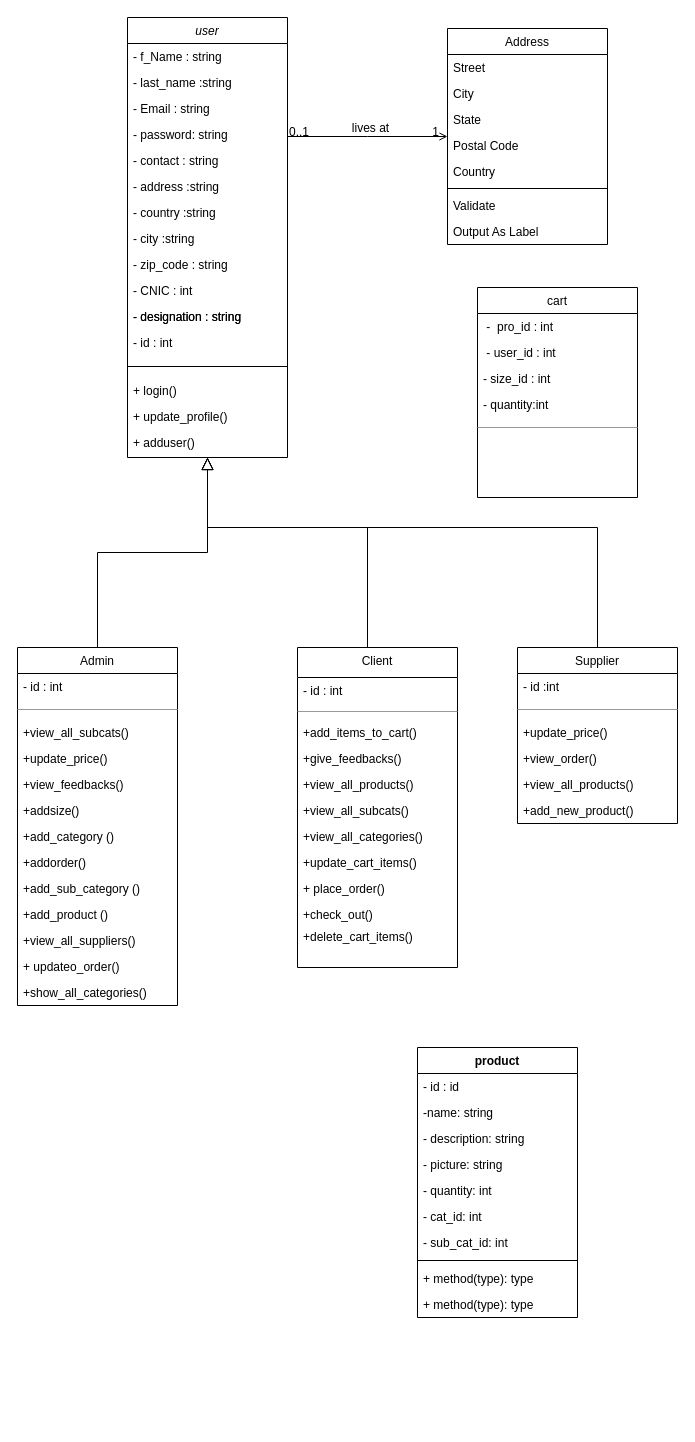
This is Untitled Diagram.drawio from anamnrani786/30-Days-Of-Python, a draw.io file, before an edit. Source tidied: cells renumbered, new cells numbered last; positions are measured from the earlier drawing's top-left corner, leaving out a move shared by most shapes. Both pictures are drawn from the tidied source at 100%, with x=0, y=0 at pixel (17, 17).
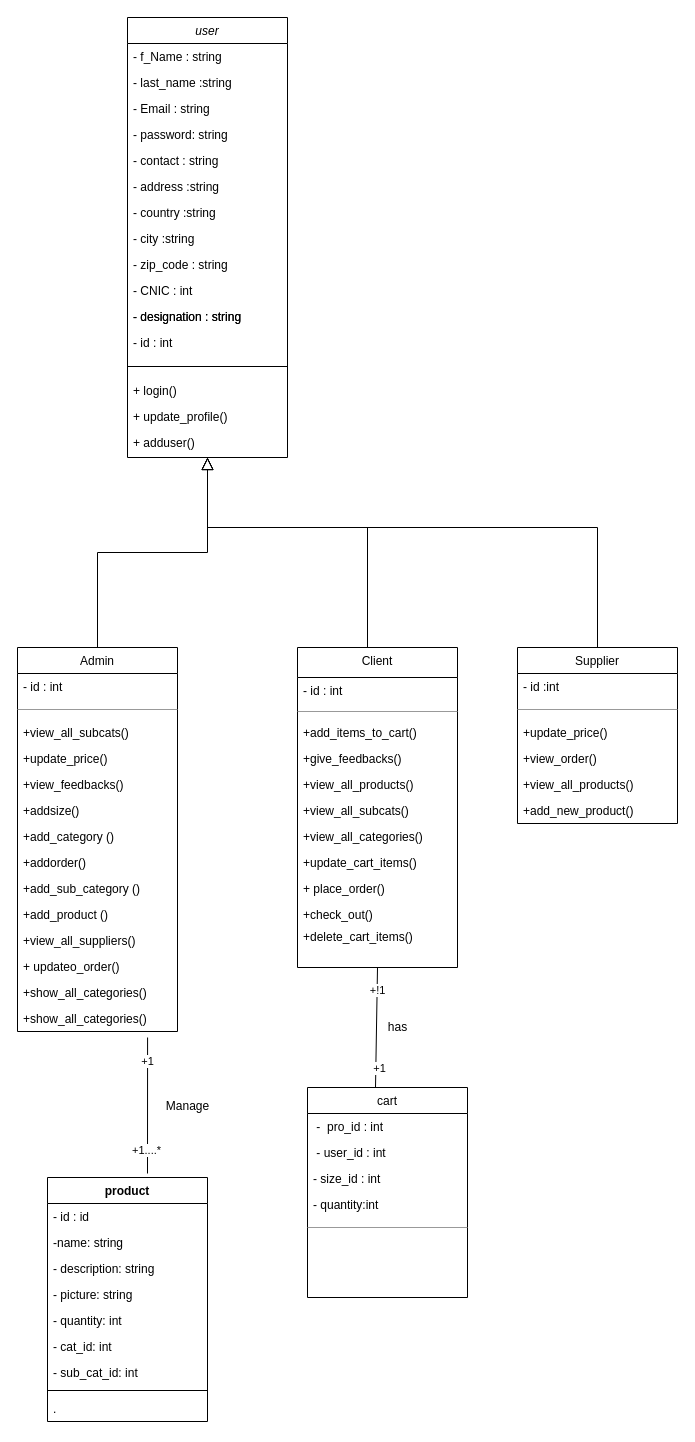
Above is the later version.

Unchanged cells that the change refers to:
```xml
<mxCell id="2" value="user" style="swimlane;fontStyle=2;align=center;verticalAlign=top;horizontal=1;startSize=26;rounded=0;shadow=0;strokeWidth=1;" parent="1" vertex="1">
  <mxGeometry x="110" width="160" height="440" as="geometry" />
</mxCell>
<mxCell id="61" value="Client" style="swimlane;fontStyle=0;align=center;verticalAlign=top;horizontal=1;startSize=30;rounded=0;shadow=0;strokeWidth=1;" parent="1" vertex="1">
  <mxGeometry x="280" y="630" width="160" height="320" as="geometry" />
</mxCell>
```

The edit, as a diff of the source:
```diff
@@
     <mxCell id="19" value="Admin" style="swimlane;fontStyle=0;align=center;verticalAlign=top;horizontal=1;startSize=26;rounded=0;shadow=0;strokeWidth=1;" parent="1" vertex="1">
-      <mxGeometry y="630" width="160" height="358" as="geometry" />
+      <mxGeometry y="630" width="160" height="384" as="geometry" />
     </mxCell>
@@
+    <mxCell id="86" value="+show_all_categories()" style="text;align=left;verticalAlign=top;spacingLeft=4;spacingRight=4;overflow=hidden;points=[[0,0.5],[1,0.5]];portConstraint=eastwest;" parent="19" vertex="1">
+      <mxGeometry y="358" width="160" height="26" as="geometry" />
+    </mxCell>
@@
-    <mxCell id="42" value="Address" style="swimlane;fontStyle=0;align=center;verticalAlign=top;horizontal=1;startSize=26;rounded=0;shadow=0;strokeWidth=1;" parent="1" vertex="1">
-      <mxGeometry x="430" y="11" width="160" height="216" as="geometry" />
-    </mxCell>
-    <mxCell id="43" value="Street" style="text;align=left;verticalAlign=top;spacingLeft=4;spacingRight=4;overflow=hidden;" parent="42" vertex="1">
-      <mxGeometry y="26" width="160" height="26" as="geometry" />
-    </mxCell>
-    <mxCell id="44" value="City" style="text;align=left;verticalAlign=top;spacingLeft=4;spacingRight=4;overflow=hidden;rounded=0;shadow=0;html=0;" parent="42" vertex="1">
-      <mxGeometry y="52" width="160" height="26" as="geometry" />
-    </mxCell>
-    <mxCell id="45" value="State" style="text;align=left;verticalAlign=top;spacingLeft=4;spacingRight=4;overflow=hidden;rounded=0;shadow=0;html=0;" parent="42" vertex="1">
-      <mxGeometry y="78" width="160" height="26" as="geometry" />
-    </mxCell>
-    <mxCell id="46" value="Postal Code" style="text;align=left;verticalAlign=top;spacingLeft=4;spacingRight=4;overflow=hidden;rounded=0;shadow=0;html=0;" parent="42" vertex="1">
-      <mxGeometry y="104" width="160" height="26" as="geometry" />
-    </mxCell>
-    <mxCell id="47" value="Country" style="text;align=left;verticalAlign=top;spacingLeft=4;spacingRight=4;overflow=hidden;rounded=0;shadow=0;html=0;" parent="42" vertex="1">
-      <mxGeometry y="130" width="160" height="26" as="geometry" />
-    </mxCell>
-    <mxCell id="48" style="line;html=1;strokeWidth=1;align=left;verticalAlign=middle;spacingTop=-1;spacingLeft=3;spacingRight=3;labelPosition=right;" parent="42" vertex="1">
-      <mxGeometry y="156" width="160" height="8" as="geometry" />
-    </mxCell>
-    <mxCell id="49" value="Validate" style="text;align=left;verticalAlign=top;spacingLeft=4;spacingRight=4;overflow=hidden;" parent="42" vertex="1">
-      <mxGeometry y="164" width="160" height="26" as="geometry" />
-    </mxCell>
-    <mxCell id="50" value="Output As Label" style="text;align=left;verticalAlign=top;spacingLeft=4;spacingRight=4;overflow=hidden;" parent="42" vertex="1">
-      <mxGeometry y="190" width="160" height="26" as="geometry" />
-    </mxCell>
-    <mxCell id="51" style="endArrow=open;shadow=0;strokeWidth=1;rounded=0;endFill=1;edgeStyle=elbowEdgeStyle;elbow=vertical;" parent="1" edge="1" source="2" target="42">
-      <mxGeometry x="0.5" y="41" relative="1" as="geometry">
-        <mxPoint x="-40" y="32" as="offset" />
-      </mxGeometry>
-    </mxCell>
-    <mxCell id="52" value="0..1" style="align=left;verticalAlign=bottom;labelBackgroundColor=none;fontSize=12;" parent="51" vertex="1">
-      <mxGeometry x="-1" relative="1" as="geometry">
-        <mxPoint y="4" as="offset" />
-      </mxGeometry>
-    </mxCell>
-    <mxCell id="53" value="1" style="align=right;verticalAlign=bottom;labelBackgroundColor=none;fontSize=12;" parent="51" vertex="1">
-      <mxGeometry x="1" relative="1" as="geometry">
-        <mxPoint x="-7" y="4" as="offset" />
-      </mxGeometry>
-    </mxCell>
-    <mxCell id="54" value="lives at" style="text;html=1;align=center;verticalAlign=middle;labelBackgroundColor=none;rounded=0;shadow=0;strokeWidth=1;fontSize=12;" parent="51" vertex="1">
-      <mxGeometry x="0.5" y="49" relative="1" as="geometry">
-        <mxPoint x="-38" y="40" as="offset" />
-      </mxGeometry>
-    </mxCell>
     <mxCell id="55" value="cart" style="swimlane;fontStyle=0;align=center;verticalAlign=top;horizontal=1;startSize=26;rounded=0;shadow=0;strokeWidth=1;" parent="1" vertex="1">
-      <mxGeometry x="460" y="270" width="160" height="210" as="geometry" />
+      <mxGeometry x="290" y="1070" width="160" height="210" as="geometry" />
     </mxCell>
@@
     <mxCell id="75" value="product" style="swimlane;fontStyle=1;align=center;verticalAlign=top;horizontal=1;startSize=26;" parent="1" vertex="1">
-      <mxGeometry x="400" y="1030" width="160" height="270" as="geometry" />
+      <mxGeometry x="30" y="1160" width="160" height="244" as="geometry" />
     </mxCell>
@@
-    <mxCell id="84" value="+ method(type): type" style="text;strokeColor=none;fillColor=none;align=left;verticalAlign=top;spacingLeft=4;spacingRight=4;overflow=hidden;" parent="75" vertex="1">
-      <mxGeometry y="218" width="160" height="26" as="geometry" />
-    </mxCell>
-    <mxCell id="85" value="+ method(type): type" style="text;strokeColor=none;fillColor=none;align=left;verticalAlign=top;spacingLeft=4;spacingRight=4;overflow=hidden;" parent="75" vertex="1">
-      <mxGeometry y="244" width="160" height="26" as="geometry" />
+    <mxCell id="85" value="." style="text;strokeColor=none;fillColor=none;align=left;verticalAlign=top;spacingLeft=4;spacingRight=4;overflow=hidden;" parent="75" vertex="1">
+      <mxGeometry y="218" width="160" height="26" as="geometry" />
     </mxCell>
+    <mxCell id="87" style="endArrow=none;html=1;exitX=0.813;exitY=1.231;exitDx=0;exitDy=0;exitPerimeter=0;" parent="1" edge="1" source="86">
+      <mxGeometry relative="1" as="geometry">
+        <mxPoint x="130" y="1156" as="targetPoint" />
+      </mxGeometry>
+    </mxCell>
+    <mxCell id="88" value="+1" style="edgeLabel;html=1;align=center;verticalAlign=middle;" parent="87" vertex="1">
+      <mxGeometry x="-0.66" y="-1" relative="1" as="geometry" />
+    </mxCell>
+    <mxCell id="89" value="+1....*" style="edgeLabel;html=1;align=center;verticalAlign=middle;" parent="87" vertex="1">
+      <mxGeometry x="0.65" y="-2" relative="1" as="geometry" />
+    </mxCell>
+    <mxCell id="90" value="Manage" style="text;html=1;align=center;verticalAlign=middle;strokeColor=none;" parent="1" vertex="1">
+      <mxGeometry x="140" y="1079" width="60" height="20" as="geometry" />
+    </mxCell>
+    <mxCell id="91" style="endArrow=none;html=1;exitX=0.425;exitY=0;exitDx=0;exitDy=0;exitPerimeter=0;entryX=0.5;entryY=1;entryDx=0;entryDy=0;" parent="1" edge="1" source="55" target="61">
+      <mxGeometry relative="1" as="geometry" />
+    </mxCell>
+    <mxCell id="92" value="+!1" style="edgeLabel;html=1;align=center;verticalAlign=middle;" parent="91" vertex="1">
+      <mxGeometry x="0.63" relative="1" as="geometry" />
+    </mxCell>
+    <mxCell id="93" value="+1" style="edgeLabel;html=1;align=center;verticalAlign=middle;" parent="91" vertex="1">
+      <mxGeometry x="-0.67" y="-3" relative="1" as="geometry" />
+    </mxCell>
+    <mxCell id="94" value="has" style="text;html=1;align=center;verticalAlign=middle;strokeColor=none;" parent="1" vertex="1">
+      <mxGeometry x="365" y="1000" width="30" height="20" as="geometry" />
+    </mxCell>
```
